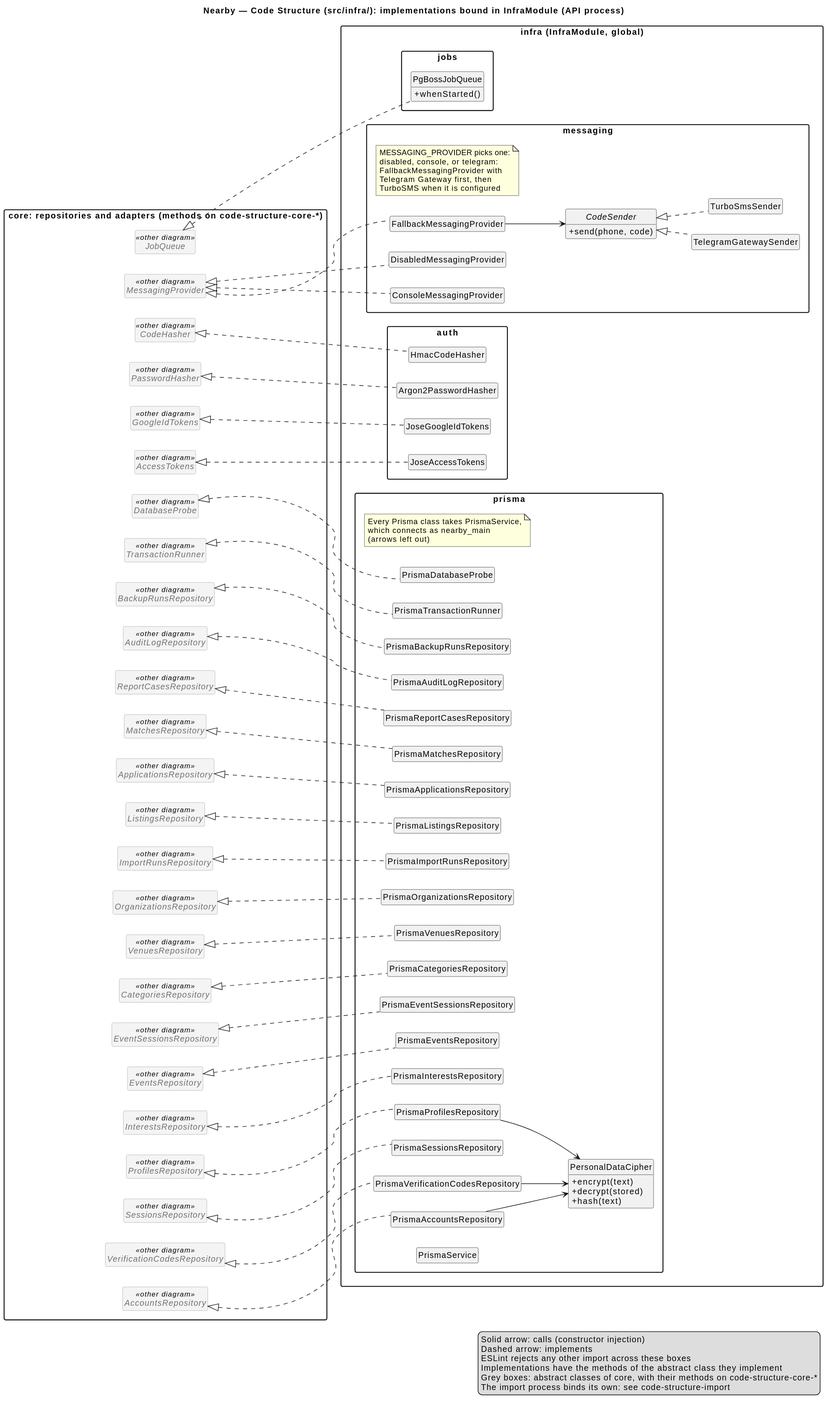
Above: docs/architecture/uml/rendered/code-structure-infra.svg in ukma-fin-ssdm-2026/pun-intended-team (PlantUML), before the change.
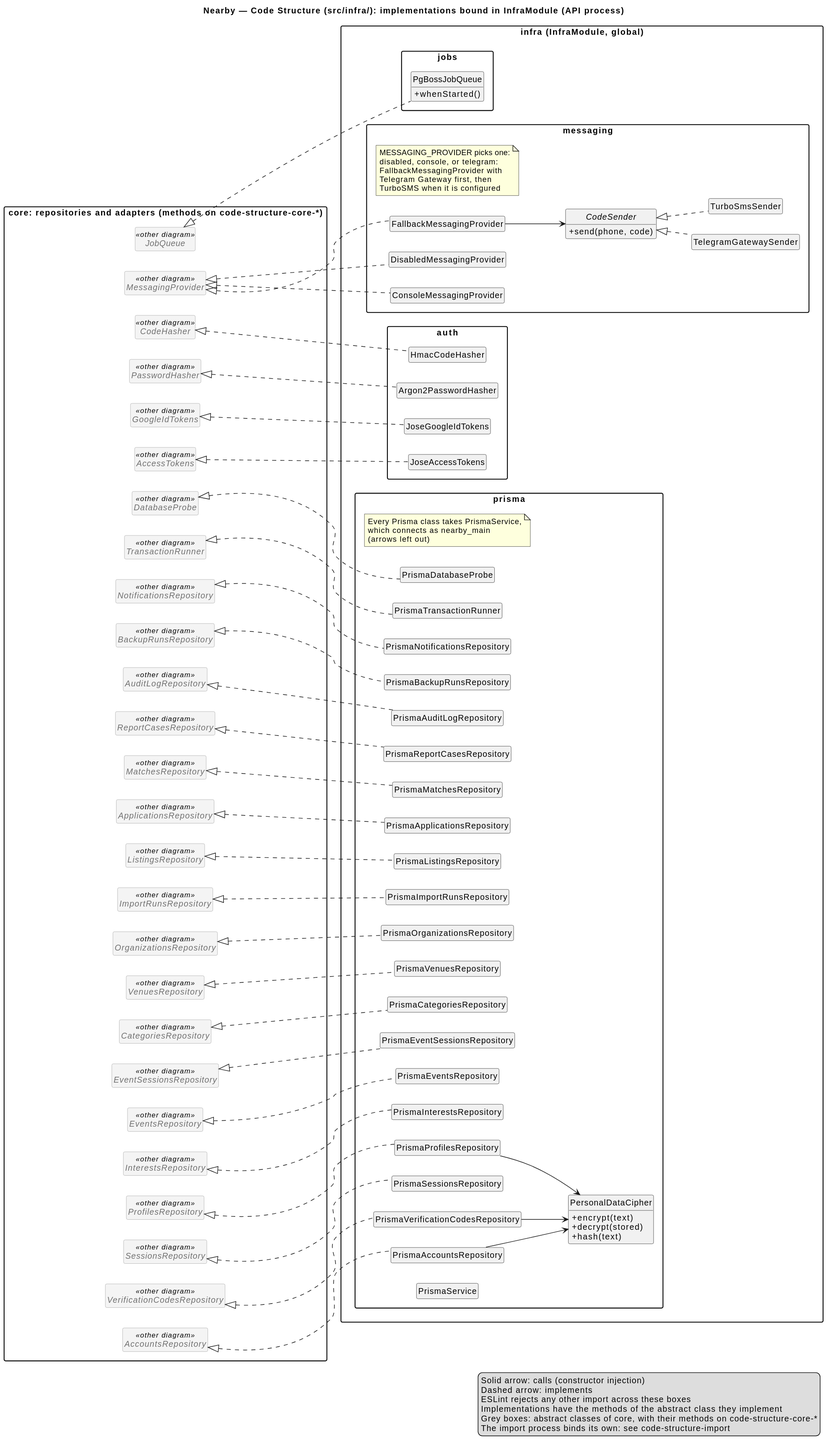
The same diagram one commit later.

The edit, as a diff of the source:
```diff
@@ -31,6 +31,7 @@
   abstract class ReportCasesRepository <<other diagram>>
   abstract class AuditLogRepository <<other diagram>>
   abstract class BackupRunsRepository <<other diagram>>
+  abstract class NotificationsRepository <<other diagram>>
   abstract class TransactionRunner <<other diagram>>
   abstract class DatabaseProbe <<other diagram>>
   abstract class AccessTokens <<other diagram>>
@@ -66,6 +67,7 @@
     class PrismaReportCasesRepository
     class PrismaAuditLogRepository
     class PrismaBackupRunsRepository
+    class PrismaNotificationsRepository
     class PrismaTransactionRunner
     class PrismaDatabaseProbe
     note as PRISMA_NOTE
@@ -121,6 +123,7 @@
 ReportCasesRepository <|.. PrismaReportCasesRepository
 AuditLogRepository <|.. PrismaAuditLogRepository
 BackupRunsRepository <|.. PrismaBackupRunsRepository
+NotificationsRepository <|.. PrismaNotificationsRepository
 TransactionRunner <|.. PrismaTransactionRunner
 DatabaseProbe <|.. PrismaDatabaseProbe
 AccessTokens <|.. JoseAccessTokens
```
